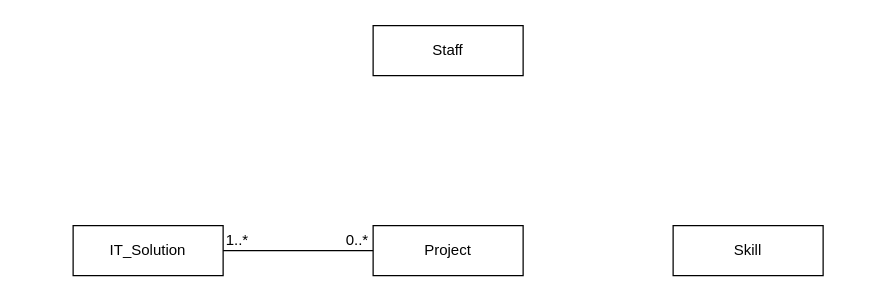
Anuja-jayasinghe/DrawIo_Projects keeps this draw.io diagram as Tutorial02_DBS.drawio. Above is the earlier version. Source tidied: cells renumbered, new cells numbered last; positions are measured from the earlier drawing's top-left corner, leaving out a move shared by most shapes. Both pictures are drawn from the tidied source at 125%, with x=0, y=0 at pixel (72, 25).
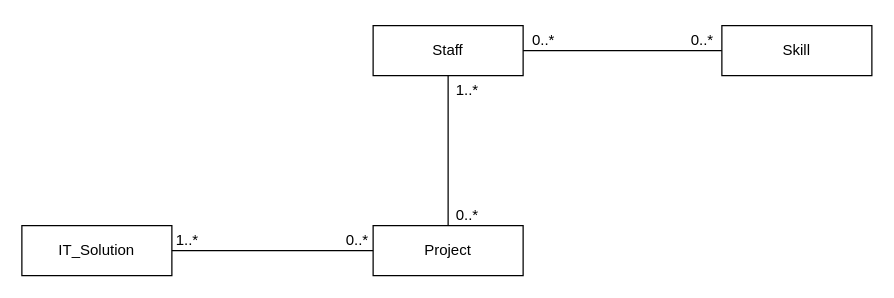
After the change.

What changed in the source:
```diff
@@
 <mxGraphModel>
   <root>
     <mxCell id="0" />
     <mxCell id="1" parent="0" />
     <mxCell id="2" value="Staff" style="rounded=0;whiteSpace=wrap;html=1;" parent="1" vertex="1">
       <mxGeometry x="240" width="120" height="40" as="geometry" />
     </mxCell>
     <mxCell id="3" value="Project" style="rounded=0;whiteSpace=wrap;html=1;" parent="1" vertex="1">
       <mxGeometry x="240" y="160" width="120" height="40" as="geometry" />
     </mxCell>
     <mxCell id="4" value="IT_Solution" style="rounded=0;whiteSpace=wrap;html=1;" parent="1" vertex="1">
-      <mxGeometry y="160" width="120" height="40" as="geometry" />
+      <mxGeometry x="-41" y="160" width="120" height="40" as="geometry" />
     </mxCell>
     <mxCell id="5" value="Skill" style="rounded=0;whiteSpace=wrap;html=1;" parent="1" vertex="1">
-      <mxGeometry x="480" y="160" width="120" height="40" as="geometry" />
+      <mxGeometry x="519" width="120" height="40" as="geometry" />
     </mxCell>
     <mxCell id="6" style="endArrow=none;html=1;rounded=0;" parent="1" edge="1" source="4" target="3">
       <mxGeometry relative="1" as="geometry" />
     </mxCell>
     <mxCell id="7" value="0..*" style="text;html=1;align=center;verticalAlign=middle;strokeColor=none;fillColor=none;" parent="1" vertex="1">
       <mxGeometry x="207" y="157" width="40" height="30" as="geometry" />
     </mxCell>
     <mxCell id="8" value="1..*" style="text;html=1;align=center;verticalAlign=middle;strokeColor=none;fillColor=none;" parent="1" vertex="1">
-      <mxGeometry x="111" y="157" width="40" height="30" as="geometry" />
+      <mxGeometry x="71" y="157" width="40" height="30" as="geometry" />
     </mxCell>
+    <mxCell id="9" style="endArrow=none;html=1;rounded=0;" parent="1" edge="1" source="2" target="3">
+      <mxGeometry relative="1" as="geometry" />
+    </mxCell>
+    <mxCell id="10" value="1..*" style="text;html=1;align=center;verticalAlign=middle;strokeColor=none;fillColor=none;" parent="1" vertex="1">
+      <mxGeometry x="295" y="37" width="40" height="30" as="geometry" />
+    </mxCell>
+    <mxCell id="11" value="0..*" style="text;html=1;align=center;verticalAlign=middle;strokeColor=none;fillColor=none;" parent="1" vertex="1">
+      <mxGeometry x="295" y="137" width="40" height="30" as="geometry" />
+    </mxCell>
+    <mxCell id="12" style="endArrow=none;html=1;rounded=0;" parent="1" edge="1" source="2" target="5">
+      <mxGeometry relative="1" as="geometry" />
+    </mxCell>
+    <mxCell id="13" value="0..*" style="text;html=1;align=center;verticalAlign=middle;strokeColor=none;fillColor=none;" parent="1" vertex="1">
+      <mxGeometry x="356" y="-3" width="40" height="30" as="geometry" />
+    </mxCell>
+    <mxCell id="14" value="0..*" style="text;html=1;align=center;verticalAlign=middle;strokeColor=none;fillColor=none;" parent="1" vertex="1">
+      <mxGeometry x="483" y="-3" width="40" height="30" as="geometry" />
+    </mxCell>
   </root>
 </mxGraphModel>
```
